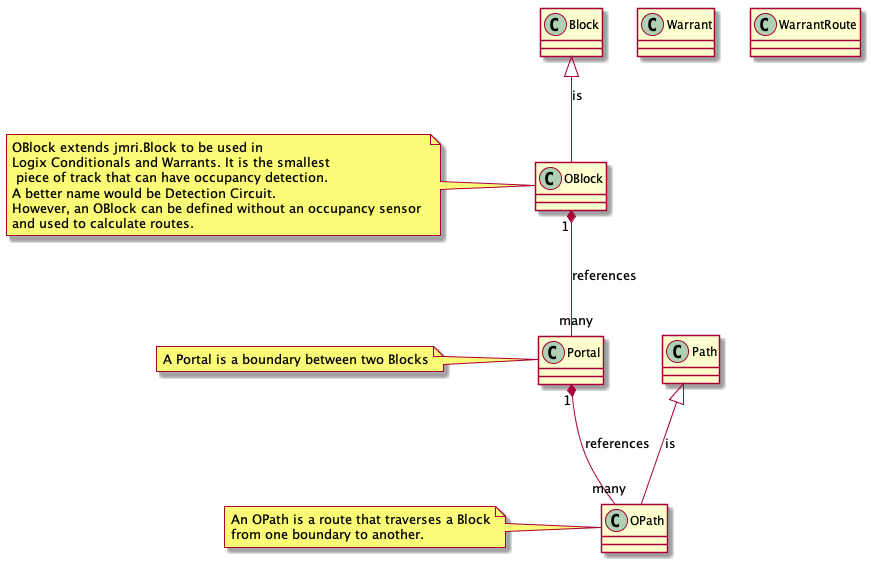
Earlier version of the PlantUML export java/src/jmri/jmrit/logix/doc-files/PortalObjectDiagram.png (JMRI/JMRI). Source of this version:
```plantuml
@startuml

class OPath
note left: An OPath is a route that traverses a Block\nfrom one boundary to another.

class Portal
note left: A Portal is a boundary between two Blocks

class OBlock
note left: OBlock extends jmri.Block to be used in \nLogix Conditionals and Warrants. It is the smallest \n piece of track that can have occupancy detection. \nA better name would be Detection Circuit. \nHowever, an OBlock can be defined without an occupancy sensor \nand used to calculate routes.

class Warrant

class WarrantRoute

Block <|-- OBlock  : is
OBlock "1" *-- "many" Portal : references

Portal "1" *-- "many" OPath : references

Path <|-- OPath : is



@enduml
```
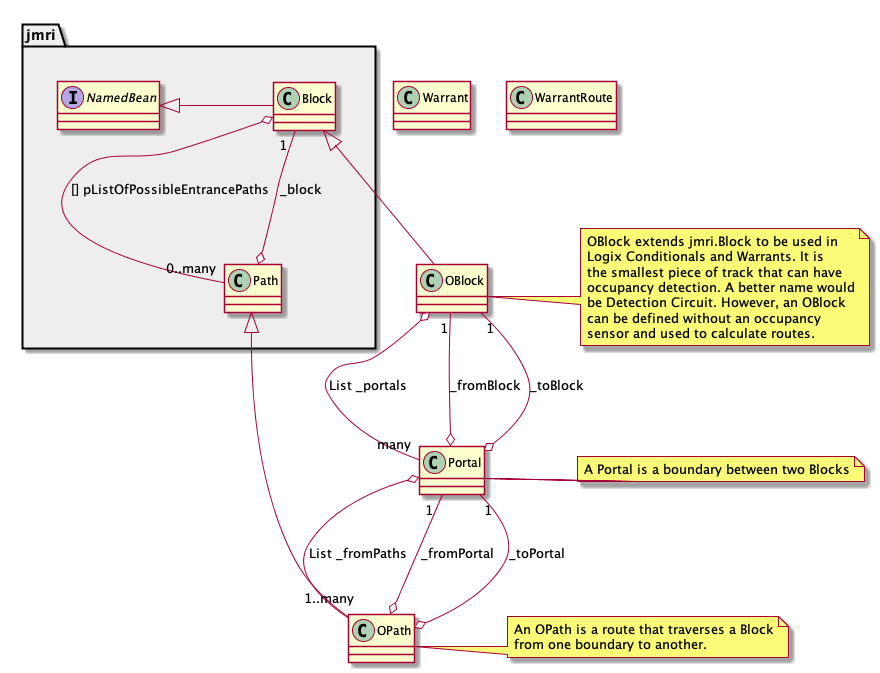
The same file after the commit.

Commit message:
somewhat better diagram

What changed in the source:
```diff
@@ -1,24 +1,38 @@
 @startuml
 
+package "jmri" #EEEEEE {
+interface NamedBean
+class Path
+class Block
+NamedBean <|- Block
+
+Block o-- "0..many" Path : [] pListOfPossibleEntrancePaths
+Path o-- "1" Block : _block
+}
+
 class OPath
-note left: An OPath is a route that traverses a Block\nfrom one boundary to another.
+note right: An OPath is a route that traverses a Block\nfrom one boundary to another.
+
+class OBlock
+note right: OBlock extends jmri.Block to be used in\nLogix Conditionals and Warrants. It is\nthe smallest piece of track that can have\noccupancy detection. A better name would\nbe Detection Circuit. However, an OBlock\ncan be defined without an occupancy\nsensor and used to calculate routes.
 
 class Portal
-note left: A Portal is a boundary between two Blocks
-
-class OBlock
-note left: OBlock extends jmri.Block to be used in \nLogix Conditionals and Warrants. It is the smallest \n piece of track that can have occupancy detection. \nA better name would be Detection Circuit. \nHowever, an OBlock can be defined without an occupancy sensor \nand used to calculate routes.
+note right: A Portal is a boundary between two Blocks
 
 class Warrant
 
 class WarrantRoute
 
-Block <|-- OBlock  : is
-OBlock "1" *-- "many" Portal : references
+Block      <|-- OBlock
+OBlock     o-- "many" Portal : List _portals
 
-Portal "1" *-- "many" OPath : references
+Portal     o-- "1..many" OPath : List _fromPaths
+Portal     o-- "1" OBlock : _fromBlock
+Portal     o-- "1" OBlock : _toBlock
 
-Path <|-- OPath : is
+Path       <|-- OPath
+OPath      o-- "1" Portal : _fromPortal
+OPath      o-- "1" Portal : _toPortal
 
 
 
```
